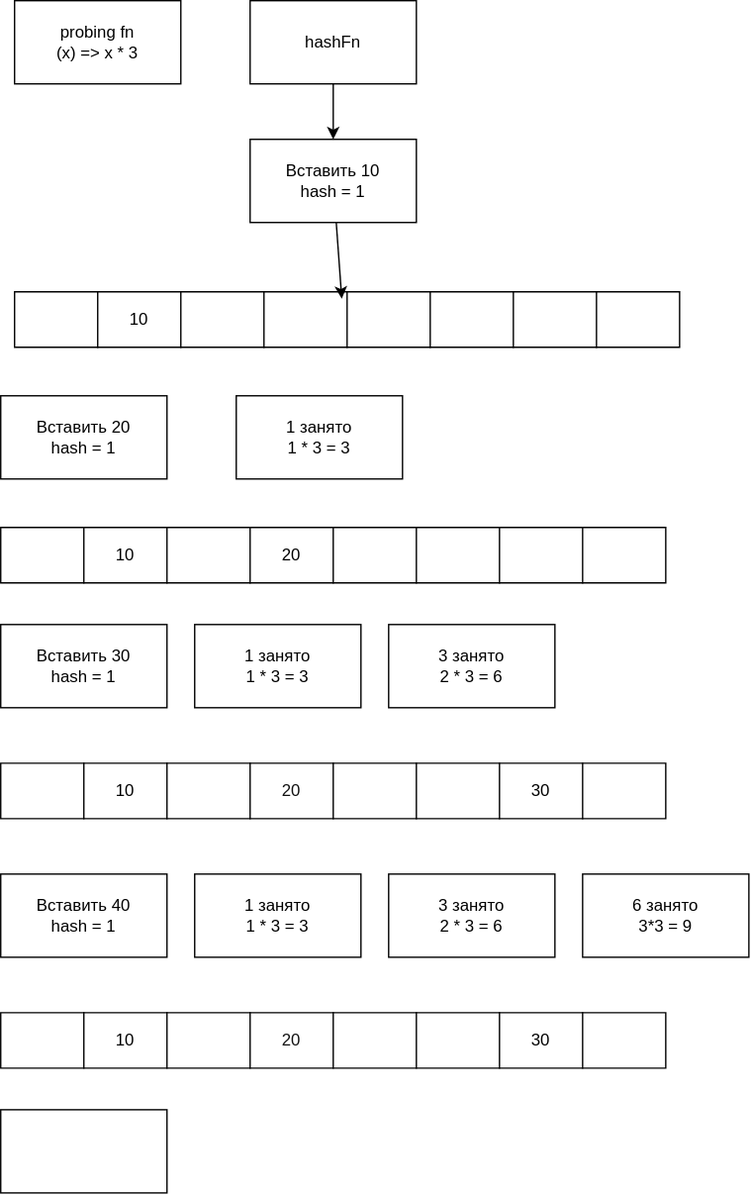
kosukhin/catalog keeps this draw.io diagram as База/Структуры данных/2. Быстро находить данные и проверять условия/2.3. Проверять принадлежность и уникальность/Множество (Set)/HashSet/OpenAddressing/Примеры.drawio.svg. Above is the earlier version. Source tidied: cells renumbered, new cells last; positions are measured from the earlier drawing's top-left corner, leaving out a move shared by most shapes.
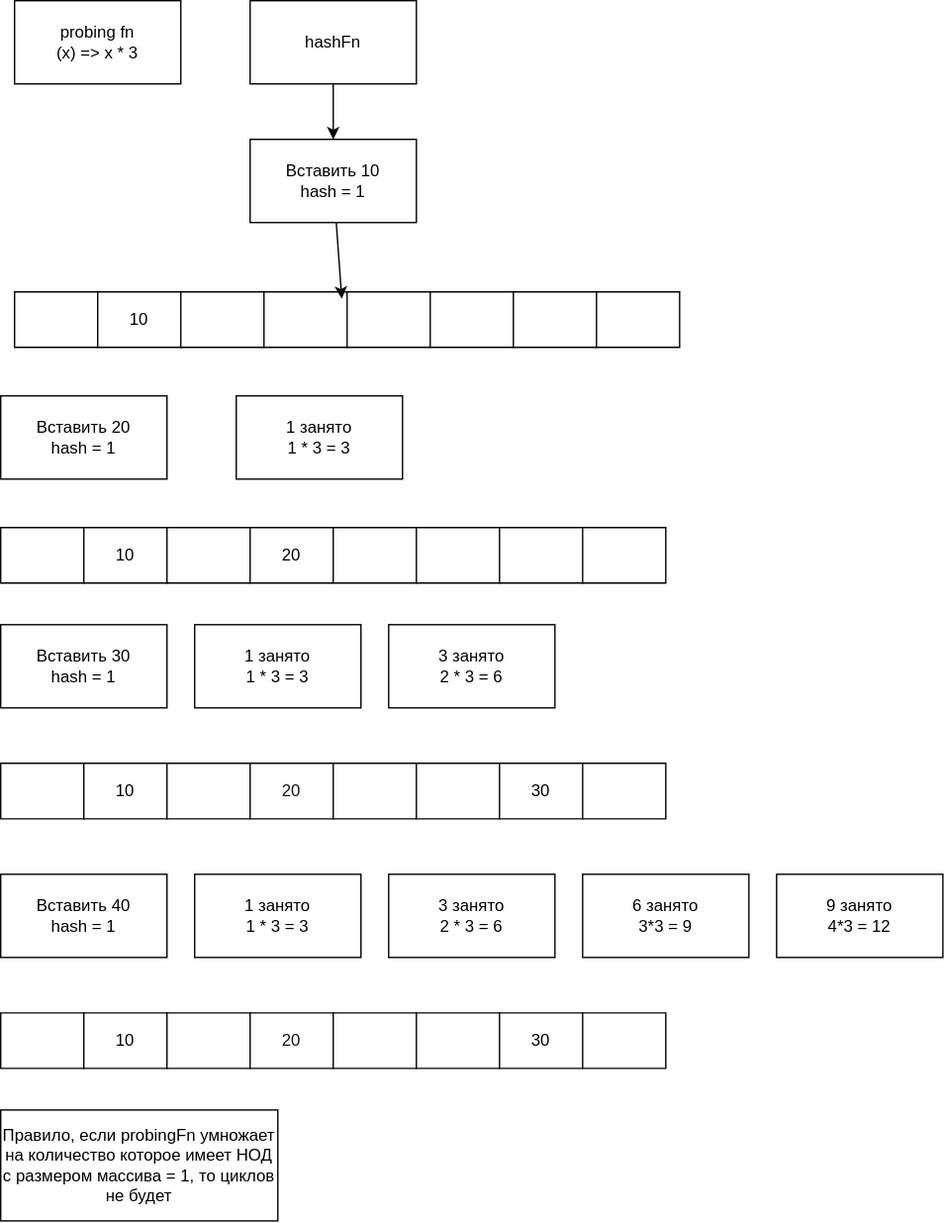
After the commit.

The edit, as a diff of the source:
```diff
@@ -164,8 +164,11 @@
     <mxCell id="55" value="6 занято&lt;div&gt;3*3 = 9&lt;/div&gt;" style="rounded=0;whiteSpace=wrap;html=1;" parent="1" vertex="1">
       <mxGeometry x="420" y="630" width="120" height="60" as="geometry" />
     </mxCell>
-    <mxCell id="56" style="rounded=0;whiteSpace=wrap;html=1;" parent="1" vertex="1">
-      <mxGeometry y="800" width="120" height="60" as="geometry" />
+    <mxCell id="56" value="Правило, если probingFn умножает на количество которое имеет НОД с размером массива = 1, то циклов не будет" style="rounded=0;whiteSpace=wrap;html=1;" parent="1" vertex="1">
+      <mxGeometry y="800" width="200" height="80" as="geometry" />
     </mxCell>
+    <mxCell id="57" value="9 занято&lt;div&gt;4*3 = 12&lt;/div&gt;" style="rounded=0;whiteSpace=wrap;html=1;" parent="1" vertex="1">
+      <mxGeometry x="560" y="630" width="120" height="60" as="geometry" />
+    </mxCell>
   </root>
 </mxGraphModel>
```
